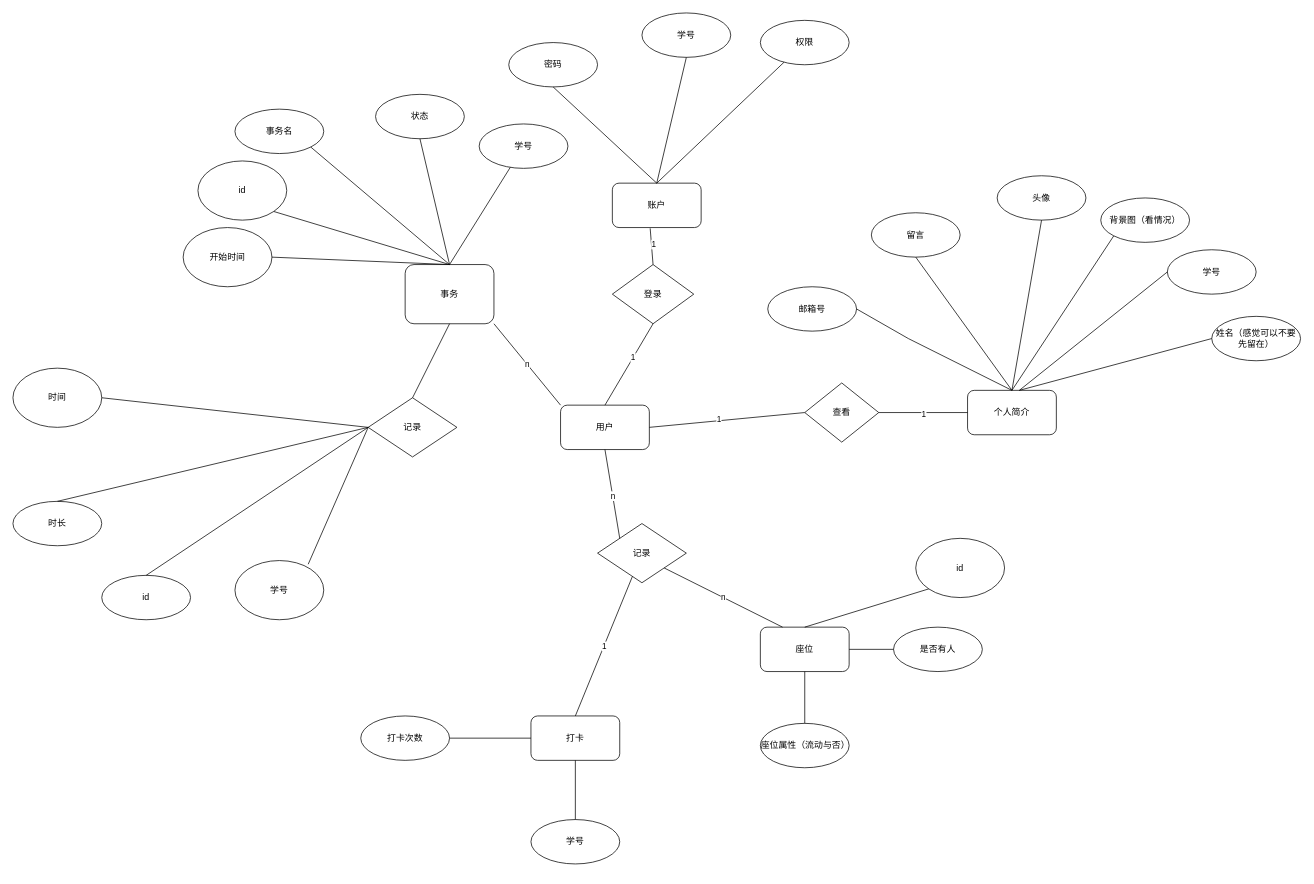
Before: 数据设计图.drawio in woshilaixuex/Tomatoos, a draw.io diagram. Source tidied: cells renumbered, new cells numbered last; positions are measured from the earlier drawing's top-left corner, leaving out a move shared by most shapes. Both pictures are drawn from the tidied source at 74%, with x=0, y=0 at pixel (13, 13).
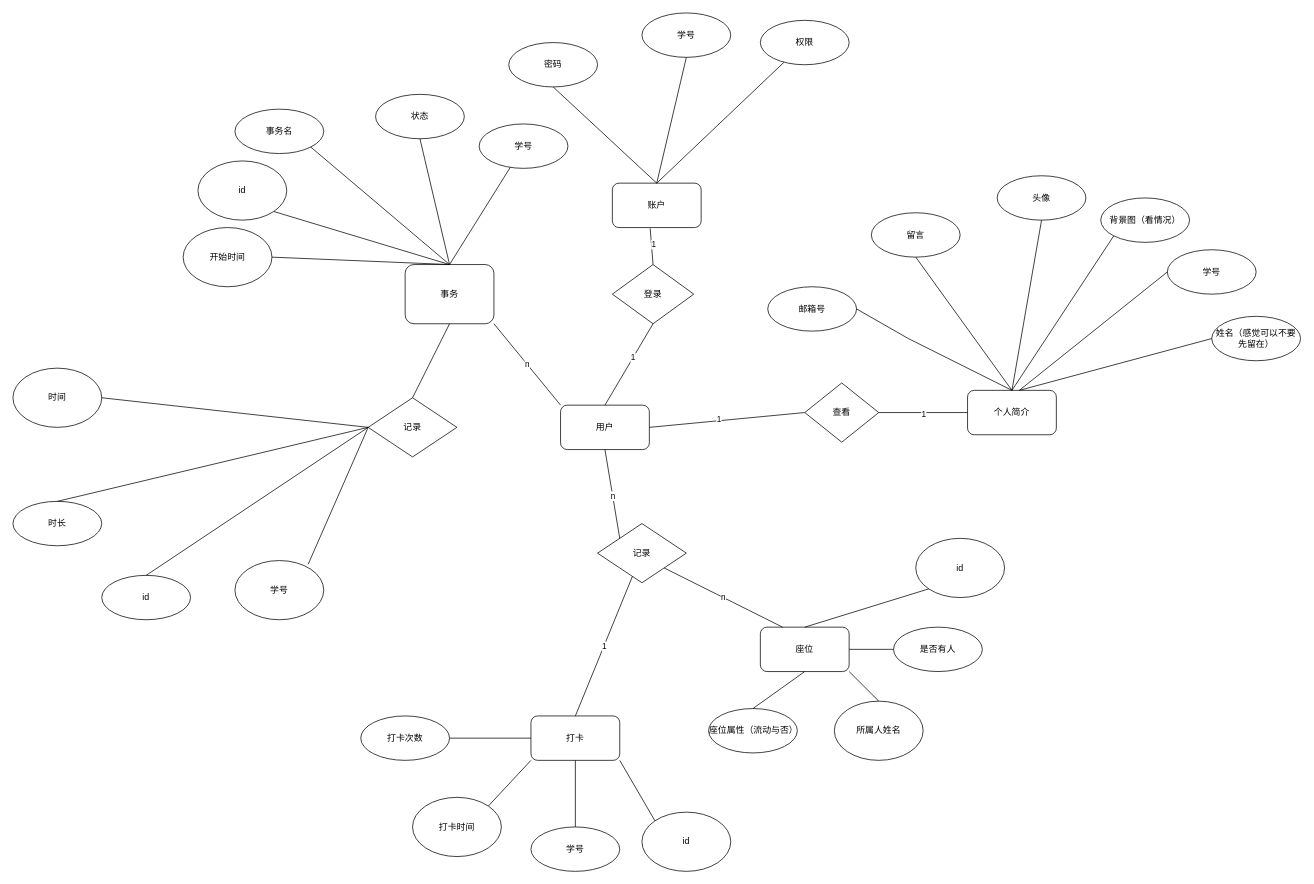
The same page after the edit.

Commit message:
更新数据设计图.drawio

Unchanged cells that the change refers to:
```xml
<mxCell id="4" value="座位" style="whiteSpace=wrap;html=1;rounded=1;" parent="1" vertex="1">
  <mxGeometry x="1010" y="830" width="120" height="60" as="geometry" />
</mxCell>
<mxCell id="5" value="打卡" style="whiteSpace=wrap;html=1;rounded=1;" parent="1" vertex="1">
  <mxGeometry x="700" y="950" width="120" height="60" as="geometry" />
</mxCell>
```

The edit, as a diff of the source:
```diff
@@
     <mxCell id="25" value="座位属性（流动与否）" style="rounded=1;whiteSpace=wrap;html=1;shape=ellipse;perimeter=ellipsePerimeter;" parent="1" vertex="1">
-      <mxGeometry x="1010" y="960" width="120" height="60" as="geometry" />
+      <mxGeometry x="940" y="940" width="120" height="60" as="geometry" />
     </mxCell>
@@
     <mxCell id="35" value="学号" style="rounded=1;whiteSpace=wrap;html=1;shape=ellipse;perimeter=ellipsePerimeter;" parent="1" vertex="1">
-      <mxGeometry x="700" y="1090" width="120" height="60" as="geometry" />
+      <mxGeometry x="700" y="1100" width="120" height="60" as="geometry" />
     </mxCell>
@@
+    <mxCell id="74" value="打卡时间" style="ellipse;whiteSpace=wrap;html=1;" parent="1" vertex="1">
+      <mxGeometry x="540" y="1060" width="120" height="80" as="geometry" />
+    </mxCell>
+    <mxCell id="75" style="endArrow=none;html=1;rounded=0;entryX=0;entryY=1;entryDx=0;entryDy=0;exitX=1;exitY=0;exitDx=0;exitDy=0;" parent="1" edge="1" source="74" target="5">
+      <mxGeometry relative="1" as="geometry" />
+    </mxCell>
+    <mxCell id="76" value="所属人姓名" style="ellipse;whiteSpace=wrap;html=1;" parent="1" vertex="1">
+      <mxGeometry x="1110" y="930" width="120" height="80" as="geometry" />
+    </mxCell>
+    <mxCell id="77" style="endArrow=none;html=1;rounded=0;entryX=0.5;entryY=0;entryDx=0;entryDy=0;exitX=1;exitY=1;exitDx=0;exitDy=0;" parent="1" edge="1" source="4" target="76">
+      <mxGeometry relative="1" as="geometry" />
+    </mxCell>
+    <mxCell id="78" value="id" style="ellipse;whiteSpace=wrap;html=1;" parent="1" vertex="1">
+      <mxGeometry x="850" y="1080" width="120" height="80" as="geometry" />
+    </mxCell>
+    <mxCell id="79" style="endArrow=none;html=1;rounded=0;entryX=0;entryY=0;entryDx=0;entryDy=0;exitX=1;exitY=1;exitDx=0;exitDy=0;" parent="1" edge="1" source="5" target="78">
+      <mxGeometry relative="1" as="geometry" />
+    </mxCell>
```
